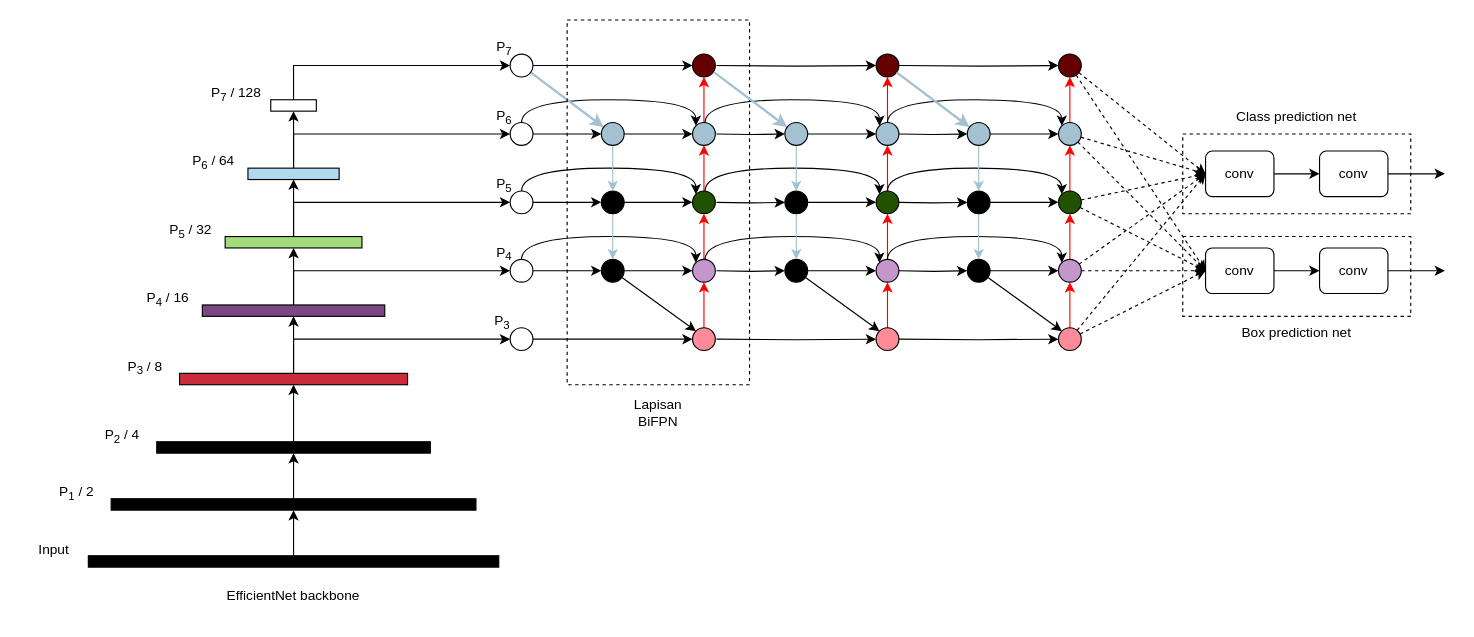
Earlier version of the draw.io diagram page "effdet" (2 of 3) of Untitled Diagram.drawio (shadow17t/diagram). Source tidied: cells renumbered, new cells numbered last; positions are measured from the earlier drawing's top-left corner, leaving out a move shared by most shapes. Both pictures are drawn from the tidied source at 114%, with x=0, y=0 at pixel (19, 19).
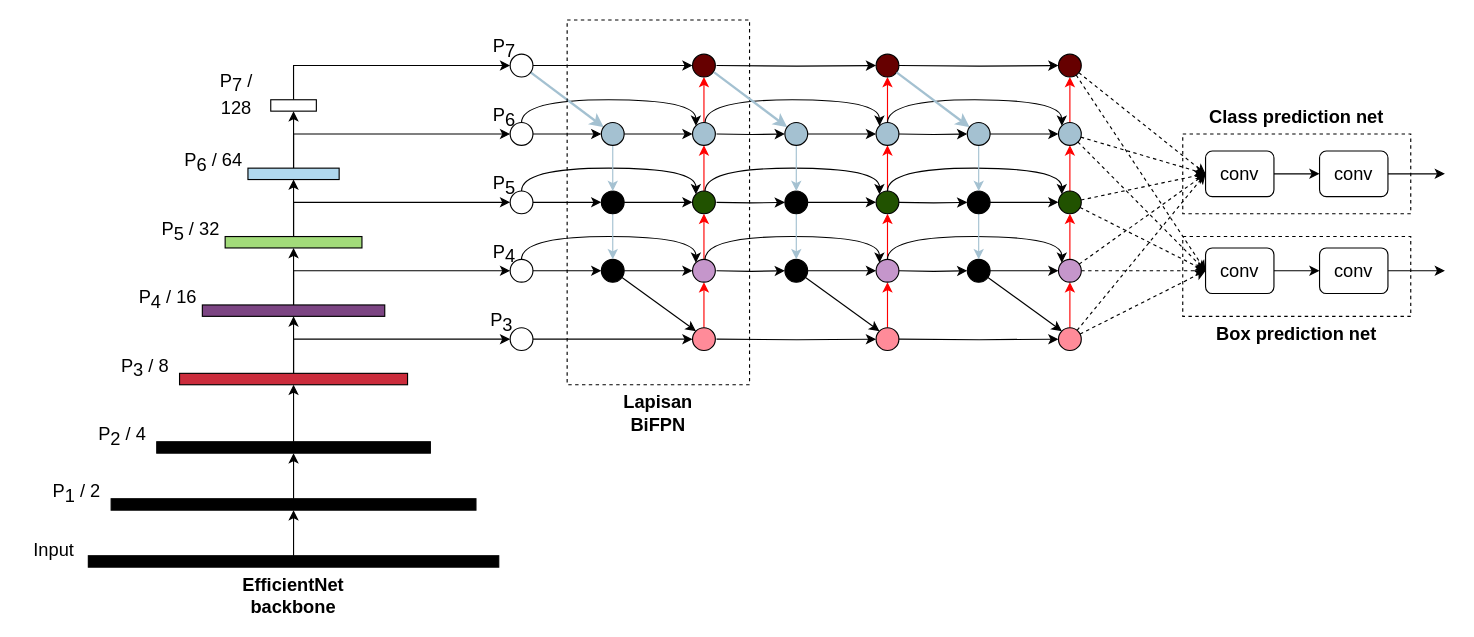
Above is the later version.

What changed in the source:
```diff
@@
-    <mxCell id="20" value="P&lt;sub&gt;1&lt;/sub&gt; / 2" style="text;html=1;strokeColor=none;fillColor=none;align=center;verticalAlign=middle;whiteSpace=wrap;rounded=0;" parent="1" vertex="1">
+    <mxCell id="20" value="P&lt;sub style=&quot;font-size: 16px;&quot;&gt;1&lt;/sub&gt; / 2" style="text;html=1;strokeColor=none;fillColor=none;align=center;verticalAlign=middle;whiteSpace=wrap;rounded=0;fontSize=16;" parent="1" vertex="1">
       <mxGeometry x="20" y="400" width="60" height="30" as="geometry" />
     </mxCell>
-    <mxCell id="21" value="P&lt;sub&gt;2&lt;/sub&gt; / 4" style="text;html=1;strokeColor=none;fillColor=none;align=center;verticalAlign=middle;whiteSpace=wrap;rounded=0;" parent="1" vertex="1">
+    <mxCell id="21" value="P&lt;sub style=&quot;font-size: 16px;&quot;&gt;2&lt;/sub&gt; / 4" style="text;html=1;strokeColor=none;fillColor=none;align=center;verticalAlign=middle;whiteSpace=wrap;rounded=0;fontSize=16;" parent="1" vertex="1">
       <mxGeometry x="60" y="350" width="60" height="30" as="geometry" />
     </mxCell>
-    <mxCell id="22" value="P&lt;sub&gt;3&lt;/sub&gt; / 8" style="text;html=1;strokeColor=none;fillColor=none;align=center;verticalAlign=middle;whiteSpace=wrap;rounded=0;" parent="1" vertex="1">
+    <mxCell id="22" value="P&lt;sub style=&quot;font-size: 16px;&quot;&gt;3&lt;/sub&gt; / 8" style="text;html=1;strokeColor=none;fillColor=none;align=center;verticalAlign=middle;whiteSpace=wrap;rounded=0;fontSize=16;" parent="1" vertex="1">
       <mxGeometry x="80" y="290" width="60" height="30" as="geometry" />
     </mxCell>
-    <mxCell id="23" value="P&lt;sub&gt;4&lt;/sub&gt; / 16" style="text;html=1;strokeColor=none;fillColor=none;align=center;verticalAlign=middle;whiteSpace=wrap;rounded=0;" parent="1" vertex="1">
+    <mxCell id="23" value="P&lt;sub style=&quot;font-size: 16px;&quot;&gt;4&lt;/sub&gt; / 16" style="text;html=1;strokeColor=none;fillColor=none;align=center;verticalAlign=middle;whiteSpace=wrap;rounded=0;fontSize=16;" parent="1" vertex="1">
       <mxGeometry x="100" y="230" width="60" height="30" as="geometry" />
     </mxCell>
-    <mxCell id="24" value="P&lt;sub&gt;5&lt;/sub&gt; / 32" style="text;html=1;strokeColor=none;fillColor=none;align=center;verticalAlign=middle;whiteSpace=wrap;rounded=0;" parent="1" vertex="1">
+    <mxCell id="24" value="P&lt;sub style=&quot;font-size: 16px;&quot;&gt;5&lt;/sub&gt; / 32" style="text;html=1;strokeColor=none;fillColor=none;align=center;verticalAlign=middle;whiteSpace=wrap;rounded=0;fontSize=16;" parent="1" vertex="1">
       <mxGeometry x="120" y="170" width="60" height="30" as="geometry" />
     </mxCell>
-    <mxCell id="25" value="P&lt;sub&gt;6&lt;/sub&gt; / 64" style="text;html=1;strokeColor=none;fillColor=none;align=center;verticalAlign=middle;whiteSpace=wrap;rounded=0;" parent="1" vertex="1">
+    <mxCell id="25" value="P&lt;sub style=&quot;font-size: 16px;&quot;&gt;6&lt;/sub&gt; / 64" style="text;html=1;strokeColor=none;fillColor=none;align=center;verticalAlign=middle;whiteSpace=wrap;rounded=0;fontSize=16;" parent="1" vertex="1">
       <mxGeometry x="140" y="110" width="60" height="30" as="geometry" />
     </mxCell>
-    <mxCell id="26" value="P&lt;sub&gt;7&lt;/sub&gt; / 128" style="text;html=1;strokeColor=none;fillColor=none;align=center;verticalAlign=middle;whiteSpace=wrap;rounded=0;" parent="1" vertex="1">
+    <mxCell id="26" value="P&lt;sub style=&quot;font-size: 16px;&quot;&gt;7&lt;/sub&gt; / 128" style="text;html=1;strokeColor=none;fillColor=none;align=center;verticalAlign=middle;whiteSpace=wrap;rounded=0;fontSize=16;" parent="1" vertex="1">
       <mxGeometry x="160" y="50" width="60" height="30" as="geometry" />
     </mxCell>
@@
-    <mxCell id="29" value="Input" style="text;html=1;strokeColor=none;fillColor=none;align=center;verticalAlign=middle;whiteSpace=wrap;rounded=0;" parent="1" vertex="1">
+    <mxCell id="29" value="Input" style="text;html=1;strokeColor=none;fillColor=none;align=center;verticalAlign=middle;whiteSpace=wrap;rounded=0;fontSize=16;" parent="1" vertex="1">
       <mxGeometry y="450" width="60" height="30" as="geometry" />
     </mxCell>
-    <mxCell id="30" value="EfficientNet backbone" style="text;html=1;strokeColor=none;fillColor=none;align=center;verticalAlign=middle;whiteSpace=wrap;rounded=0;" parent="1" vertex="1">
+    <mxCell id="30" value="EfficientNet backbone" style="text;html=1;strokeColor=none;fillColor=none;align=center;verticalAlign=middle;whiteSpace=wrap;rounded=0;fontSize=16;fontStyle=1;" parent="1" vertex="1">
       <mxGeometry x="160" y="490" width="160" height="30" as="geometry" />
     </mxCell>
@@
-    <mxCell id="32" style="ellipse;whiteSpace=wrap;html=1;fillColor=#FFFFFF;fillStyle=solid;" parent="1" vertex="1">
+    <mxCell id="32" style="ellipse;whiteSpace=wrap;html=1;fillColor=#FFFFFF;fillStyle=solid;fontSize=16;" parent="1" vertex="1">
       <mxGeometry x="430" y="270" width="20" height="20" as="geometry" />
     </mxCell>
@@
-    <mxCell id="35" style="ellipse;whiteSpace=wrap;html=1;fillColor=#FFFFFF;fillStyle=solid;" parent="1" vertex="1">
+    <mxCell id="35" style="ellipse;whiteSpace=wrap;html=1;fillColor=#FFFFFF;fillStyle=solid;fontSize=16;" parent="1" vertex="1">
       <mxGeometry x="430" y="210" width="20" height="20" as="geometry" />
     </mxCell>
@@
-    <mxCell id="38" style="ellipse;whiteSpace=wrap;html=1;fillColor=#FFFFFF;fillStyle=solid;" parent="1" vertex="1">
+    <mxCell id="38" style="ellipse;whiteSpace=wrap;html=1;fillColor=#FFFFFF;fillStyle=solid;fontSize=16;" parent="1" vertex="1">
       <mxGeometry x="430" y="150" width="20" height="20" as="geometry" />
     </mxCell>
@@
-    <mxCell id="41" style="ellipse;whiteSpace=wrap;html=1;fillColor=#FFFFFF;fillStyle=solid;" parent="1" vertex="1">
+    <mxCell id="41" style="ellipse;whiteSpace=wrap;html=1;fillColor=#FFFFFF;fillStyle=solid;fontSize=16;" parent="1" vertex="1">
       <mxGeometry x="430" y="90" width="20" height="20" as="geometry" />
     </mxCell>
@@
-    <mxCell id="44" style="ellipse;whiteSpace=wrap;html=1;fillColor=#FFFFFF;fillStyle=solid;" parent="1" vertex="1">
+    <mxCell id="44" style="ellipse;whiteSpace=wrap;html=1;fillColor=#FFFFFF;fillStyle=solid;fontSize=16;" parent="1" vertex="1">
       <mxGeometry x="430" y="30" width="20" height="20" as="geometry" />
     </mxCell>
@@
-    <mxCell id="64" value="Lapisan BiFPN" style="text;html=1;strokeColor=none;fillColor=none;align=center;verticalAlign=middle;whiteSpace=wrap;rounded=0;" parent="1" vertex="1">
+    <mxCell id="64" value="Lapisan BiFPN" style="text;html=1;strokeColor=none;fillColor=none;align=center;verticalAlign=middle;whiteSpace=wrap;rounded=0;fontSize=16;fontStyle=1;" parent="1" vertex="1">
       <mxGeometry x="530" y="330" width="60" height="30" as="geometry" />
     </mxCell>
@@
-    <mxCell id="129" style="edgeStyle=orthogonalEdgeStyle;rounded=0;jettySize=auto;html=1;entryX=0;entryY=0.5;entryDx=0;entryDy=0;" parent="1" edge="1" source="130" target="134">
+    <mxCell id="129" style="edgeStyle=orthogonalEdgeStyle;rounded=0;jettySize=auto;html=1;entryX=0;entryY=0.5;entryDx=0;entryDy=0;fontSize=16;" parent="1" edge="1" source="130" target="134">
       <mxGeometry relative="1" as="geometry" />
     </mxCell>
-    <mxCell id="130" value="conv" style="rounded=1;whiteSpace=wrap;html=1;" parent="1" vertex="1">
+    <mxCell id="130" value="conv" style="rounded=1;whiteSpace=wrap;html=1;fontSize=16;" parent="1" vertex="1">
       <mxGeometry x="1040" y="115" width="60" height="40" as="geometry" />
     </mxCell>
-    <mxCell id="131" style="edgeStyle=orthogonalEdgeStyle;rounded=0;jettySize=auto;html=1;" parent="1" edge="1" source="132" target="136">
+    <mxCell id="131" style="edgeStyle=orthogonalEdgeStyle;rounded=0;jettySize=auto;html=1;fontSize=16;" parent="1" edge="1" source="132" target="136">
       <mxGeometry relative="1" as="geometry" />
     </mxCell>
-    <mxCell id="132" value="conv" style="rounded=1;whiteSpace=wrap;html=1;" parent="1" vertex="1">
+    <mxCell id="132" value="conv" style="rounded=1;whiteSpace=wrap;html=1;fontSize=16;" parent="1" vertex="1">
       <mxGeometry x="1040" y="200" width="60" height="40" as="geometry" />
     </mxCell>
-    <mxCell id="133" style="edgeStyle=orthogonalEdgeStyle;rounded=0;jettySize=auto;html=1;" parent="1" edge="1" source="134">
+    <mxCell id="133" style="edgeStyle=orthogonalEdgeStyle;rounded=0;jettySize=auto;html=1;fontSize=16;" parent="1" edge="1" source="134">
       <mxGeometry relative="1" as="geometry">
         <mxPoint x="1250" y="135" as="targetPoint" />
       </mxGeometry>
     </mxCell>
-    <mxCell id="134" value="conv" style="rounded=1;whiteSpace=wrap;html=1;" parent="1" vertex="1">
+    <mxCell id="134" value="conv" style="rounded=1;whiteSpace=wrap;html=1;fontSize=16;" parent="1" vertex="1">
       <mxGeometry x="1140" y="115" width="60" height="40" as="geometry" />
     </mxCell>
-    <mxCell id="135" style="edgeStyle=orthogonalEdgeStyle;rounded=0;jettySize=auto;html=1;" parent="1" edge="1" source="136">
+    <mxCell id="135" style="edgeStyle=orthogonalEdgeStyle;rounded=0;jettySize=auto;html=1;fontSize=16;" parent="1" edge="1" source="136">
       <mxGeometry relative="1" as="geometry">
         <mxPoint x="1250" y="220" as="targetPoint" />
       </mxGeometry>
     </mxCell>
-    <mxCell id="136" value="conv" style="rounded=1;whiteSpace=wrap;html=1;" parent="1" vertex="1">
+    <mxCell id="136" value="conv" style="rounded=1;whiteSpace=wrap;html=1;fontSize=16;" parent="1" vertex="1">
       <mxGeometry x="1140" y="200" width="60" height="40" as="geometry" />
     </mxCell>
-    <mxCell id="137" style="rounded=0;whiteSpace=wrap;html=1;dashed=1;fillColor=none;" parent="1" vertex="1">
+    <mxCell id="137" style="rounded=0;whiteSpace=wrap;html=1;dashed=1;fillColor=none;fontSize=16;" parent="1" vertex="1">
       <mxGeometry x="1020" y="100" width="200" height="70" as="geometry" />
     </mxCell>
@@
-    <mxCell id="139" value="Class prediction net" style="text;html=1;strokeColor=none;fillColor=none;align=center;verticalAlign=middle;whiteSpace=wrap;rounded=0;" parent="1" vertex="1">
+    <mxCell id="139" value="Class prediction net" style="text;html=1;strokeColor=none;fillColor=none;align=center;verticalAlign=middle;whiteSpace=wrap;rounded=0;fontSize=16;fontStyle=1;" parent="1" vertex="1">
       <mxGeometry x="1020" y="70" width="200" height="30" as="geometry" />
     </mxCell>
-    <mxCell id="140" value="Box prediction net" style="text;html=1;strokeColor=none;fillColor=none;align=center;verticalAlign=middle;whiteSpace=wrap;rounded=0;" parent="1" vertex="1">
+    <mxCell id="140" value="Box prediction net" style="text;html=1;strokeColor=none;fillColor=none;align=center;verticalAlign=middle;whiteSpace=wrap;rounded=0;fontSize=16;fontStyle=1;" parent="1" vertex="1">
       <mxGeometry x="1020" y="260" width="200" height="30" as="geometry" />
     </mxCell>
-    <mxCell id="141" value="P&lt;sub&gt;3&lt;/sub&gt;&amp;nbsp;" style="text;html=1;strokeColor=none;fillColor=none;align=center;verticalAlign=middle;whiteSpace=wrap;rounded=0;" parent="1" vertex="1">
+    <mxCell id="141" value="P&lt;sub style=&quot;font-size: 16px;&quot;&gt;3&lt;/sub&gt;&amp;nbsp;" style="text;html=1;strokeColor=none;fillColor=none;align=center;verticalAlign=middle;whiteSpace=wrap;rounded=0;fontSize=16;" parent="1" vertex="1">
       <mxGeometry x="410" y="250" width="30" height="30" as="geometry" />
     </mxCell>
-    <mxCell id="142" value="P&lt;sub&gt;4&lt;/sub&gt;" style="text;html=1;strokeColor=none;fillColor=none;align=center;verticalAlign=middle;whiteSpace=wrap;rounded=0;" parent="1" vertex="1">
+    <mxCell id="142" value="P&lt;sub style=&quot;font-size: 16px;&quot;&gt;4&lt;/sub&gt;" style="text;html=1;strokeColor=none;fillColor=none;align=center;verticalAlign=middle;whiteSpace=wrap;rounded=0;fontSize=16;" parent="1" vertex="1">
       <mxGeometry x="410" y="190" width="30" height="30" as="geometry" />
     </mxCell>
-    <mxCell id="143" value="P&lt;sub&gt;5&lt;/sub&gt;" style="text;html=1;strokeColor=none;fillColor=none;align=center;verticalAlign=middle;whiteSpace=wrap;rounded=0;" parent="1" vertex="1">
+    <mxCell id="143" value="P&lt;sub style=&quot;font-size: 16px;&quot;&gt;5&lt;/sub&gt;" style="text;html=1;strokeColor=none;fillColor=none;align=center;verticalAlign=middle;whiteSpace=wrap;rounded=0;fontSize=16;" parent="1" vertex="1">
       <mxGeometry x="410" y="130" width="30" height="30" as="geometry" />
     </mxCell>
-    <mxCell id="144" value="P&lt;sub&gt;6&lt;/sub&gt;" style="text;html=1;strokeColor=none;fillColor=none;align=center;verticalAlign=middle;whiteSpace=wrap;rounded=0;" parent="1" vertex="1">
+    <mxCell id="144" value="P&lt;sub style=&quot;font-size: 16px;&quot;&gt;6&lt;/sub&gt;" style="text;html=1;strokeColor=none;fillColor=none;align=center;verticalAlign=middle;whiteSpace=wrap;rounded=0;fontSize=16;" parent="1" vertex="1">
       <mxGeometry x="410" y="70" width="30" height="30" as="geometry" />
     </mxCell>
-    <mxCell id="145" value="P&lt;sub&gt;7&lt;/sub&gt;" style="text;html=1;strokeColor=none;fillColor=none;align=center;verticalAlign=middle;whiteSpace=wrap;rounded=0;" parent="1" vertex="1">
+    <mxCell id="145" value="P&lt;sub style=&quot;font-size: 16px;&quot;&gt;7&lt;/sub&gt;" style="text;html=1;strokeColor=none;fillColor=none;align=center;verticalAlign=middle;whiteSpace=wrap;rounded=0;fontSize=16;" parent="1" vertex="1">
       <mxGeometry x="410" y="10" width="30" height="30" as="geometry" />
     </mxCell>
```
